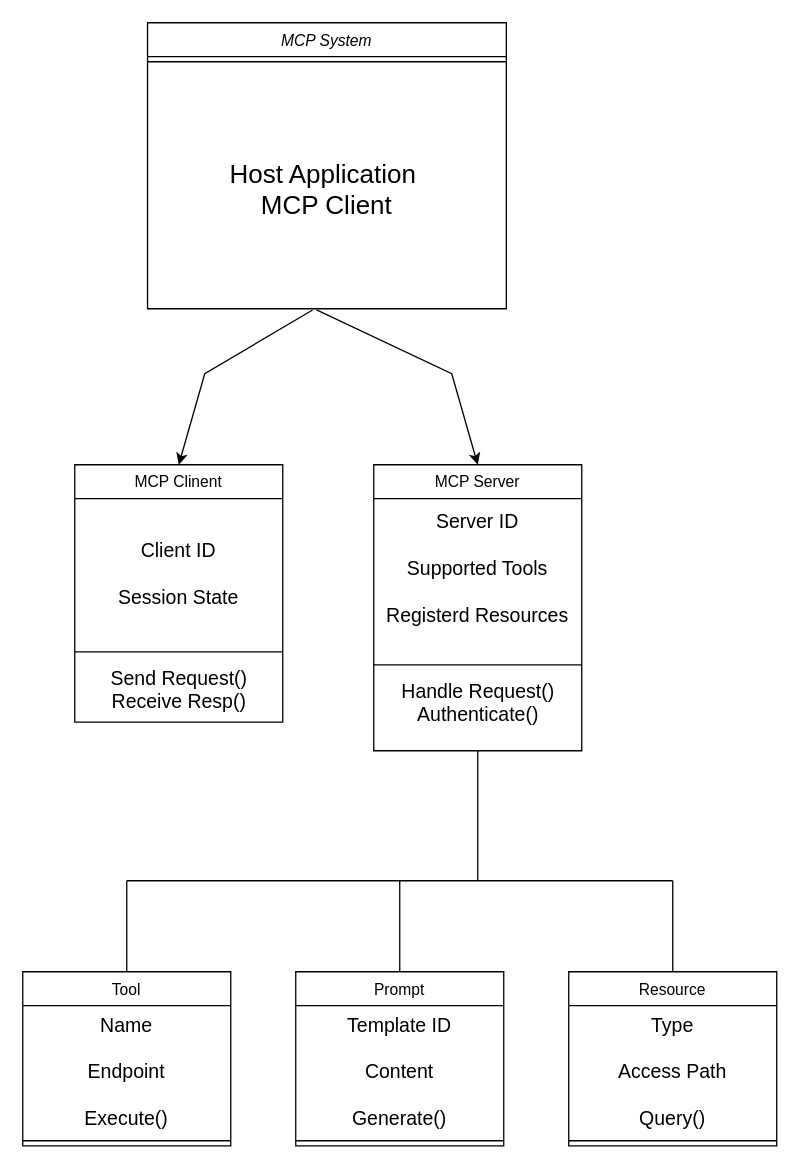
The draw.io diagram 제목 없는 다이어그램.drawio in FLOWIT28999/diagram, before the edit. Source tidied: cells renumbered, new cells numbered last; positions are measured from the earlier drawing's top-left corner, leaving out a move shared by most shapes. Both pictures are drawn from the tidied source at 130%, with x=0, y=0 at pixel (22, 22).
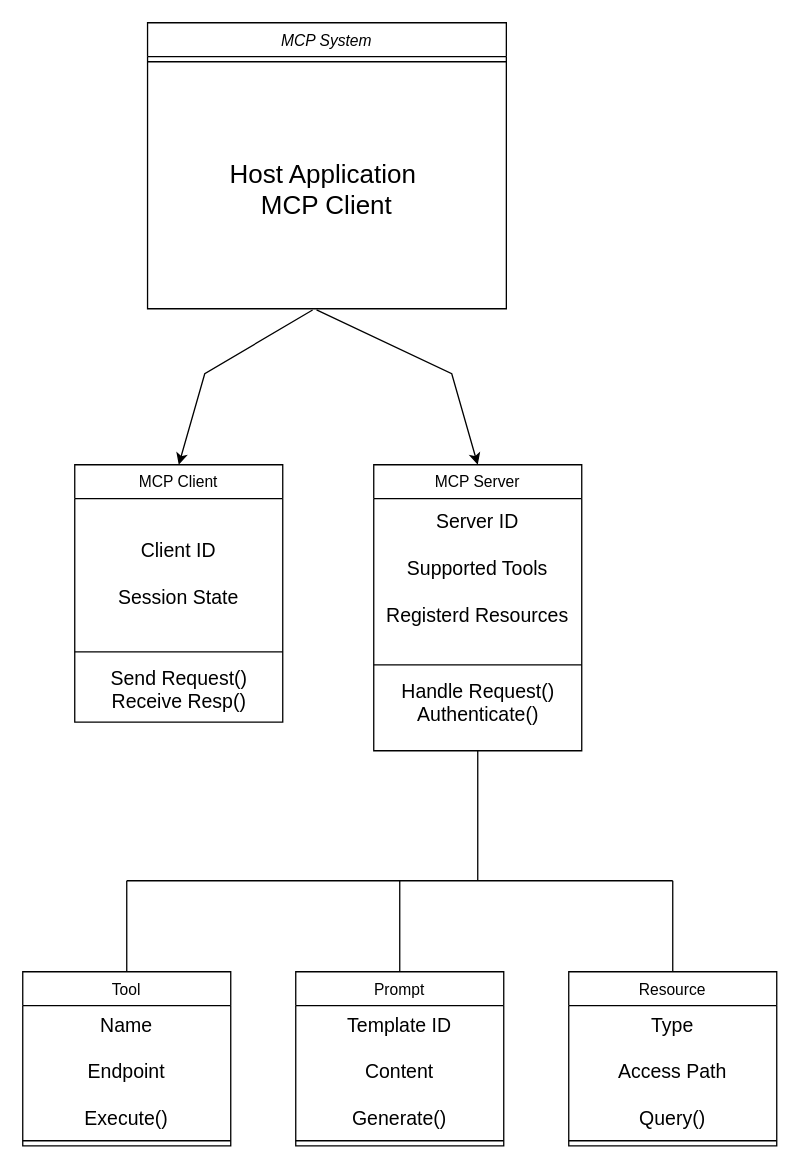
After the change.

Commit message:
제목 없는 다이어그램.drawio 업데이트

Diff of the diagram source:
```diff
@@
-    <mxCell id="5" value="MCP Clinent" style="swimlane;fontStyle=0;align=center;verticalAlign=top;horizontal=1;startSize=26;rounded=0;shadow=0;strokeWidth=1;" parent="1" vertex="1">
+    <mxCell id="5" value="MCP Client" style="swimlane;fontStyle=0;align=center;verticalAlign=top;horizontal=1;startSize=26;rounded=0;shadow=0;strokeWidth=1;" parent="1" vertex="1">
       <mxGeometry x="40" y="340" width="160" height="198" as="geometry" />
     </mxCell>
```
